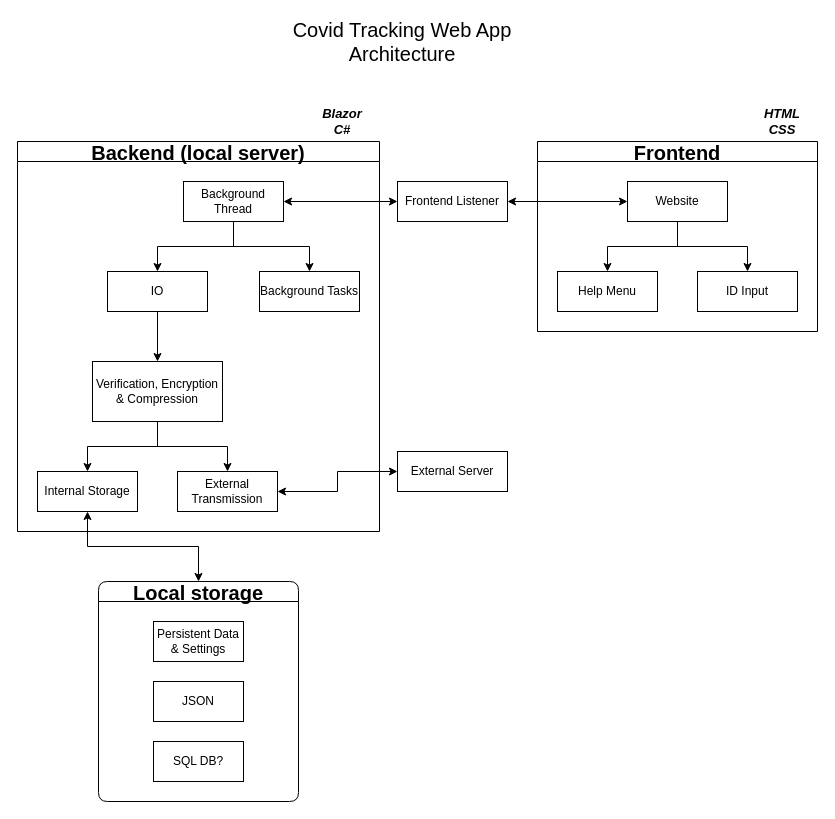
TheScrumSlayers/CovidTracker keeps this draw.io diagram as _Resources/Architecture.drawio. Above is the earlier version. Source tidied: cells renumbered, new cells numbered last; positions are measured from the earlier drawing's top-left corner, leaving out a move shared by most shapes. Both pictures are drawn from the tidied source at 100%, with x=0, y=0 at pixel (17, 31).
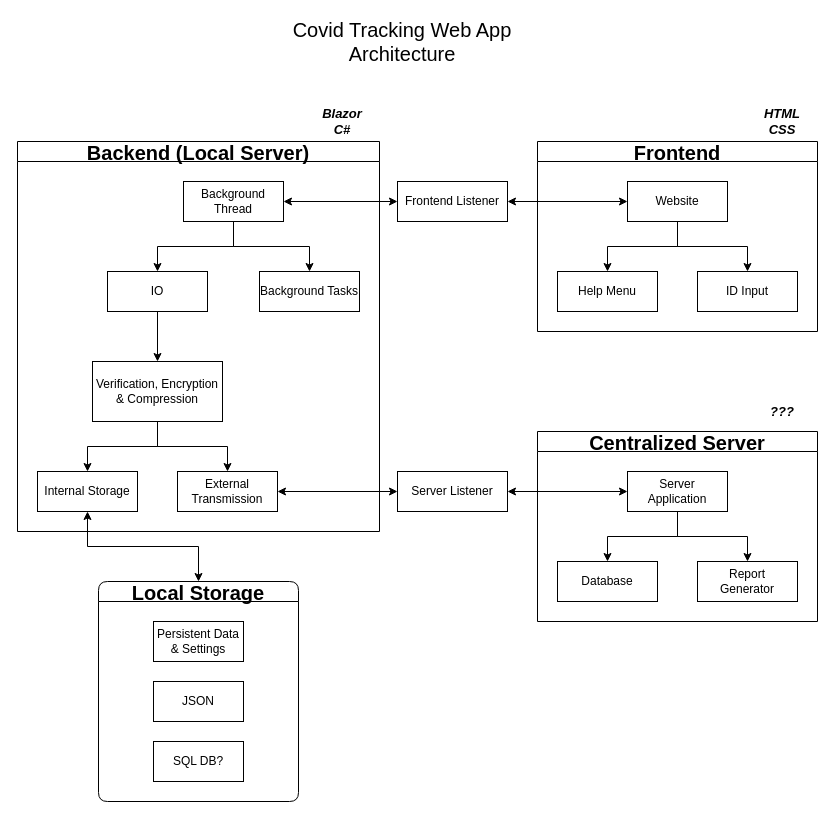
Above is the later version.

Unchanged cells that the change refers to:
```xml
<mxCell id="12" value="External Transmission" style="whiteSpace=wrap;html=1;" parent="3" vertex="1">
  <mxGeometry x="160" y="330" width="100" height="40" as="geometry" />
</mxCell>
```

Diff of the diagram source:
```diff
@@
-    <mxCell id="3" value="Backend (local server)" style="swimlane;startSize=20;horizontal=1;horizontalTree=0;containerType=tree;fontSize=20;" parent="1" vertex="1">
+    <mxCell id="3" value="Backend (Local Server)" style="swimlane;startSize=20;horizontal=1;horizontalTree=0;containerType=tree;fontSize=20;" parent="1" vertex="1">
       <mxGeometry y="110" width="362" height="390" as="geometry" />
     </mxCell>
@@
-    <mxCell id="26" value="External Server" style="whiteSpace=wrap;html=1;" parent="1" vertex="1">
-      <mxGeometry x="380" y="420" width="110" height="40" as="geometry" />
-    </mxCell>
-    <mxCell id="27" style="edgeStyle=orthogonalEdgeStyle;rounded=0;jettySize=auto;html=1;exitX=1;exitY=0.5;exitDx=0;exitDy=0;entryX=0;entryY=0.5;entryDx=0;entryDy=0;startArrow=classic;startFill=1;strokeColor=#000000;verticalAlign=middle;" parent="1" edge="1" source="12" target="26">
-      <mxGeometry relative="1" as="geometry" />
-    </mxCell>
@@
-    <mxCell id="29" value="Local storage" style="swimlane;rounded=1;shadow=0;glass=0;sketch=0;fontSize=20;startSize=20;" parent="1" vertex="1">
+    <mxCell id="29" value="Local Storage" style="swimlane;rounded=1;shadow=0;glass=0;sketch=0;fontSize=20;startSize=20;" parent="1" vertex="1">
       <mxGeometry x="81" y="550" width="200" height="220" as="geometry" />
     </mxCell>
@@
+    <mxCell id="33" value="Centralized Server" style="swimlane;startSize=20;horizontal=1;horizontalTree=0;containerType=tree;fontSize=20;" parent="1" vertex="1">
+      <mxGeometry x="520" y="400" width="280" height="190" as="geometry" />
+    </mxCell>
+    <mxCell id="34" value="&lt;div&gt;Server&lt;/div&gt;&lt;div&gt; Application&lt;/div&gt;" style="whiteSpace=wrap;html=1;" parent="33" vertex="1">
+      <mxGeometry x="90" y="40" width="100" height="40" as="geometry" />
+    </mxCell>
+    <mxCell id="35" value="Database" style="whiteSpace=wrap;html=1;" parent="33" vertex="1">
+      <mxGeometry x="20" y="130" width="100" height="40" as="geometry" />
+    </mxCell>
+    <mxCell id="36" style="edgeStyle=elbowEdgeStyle;elbow=vertical;html=1;rounded=0;" parent="33" edge="1" source="34" target="35">
+      <mxGeometry relative="1" as="geometry" />
+    </mxCell>
+    <mxCell id="37" value="&lt;div&gt;Report&lt;br&gt;&lt;/div&gt;&lt;div&gt;Generator&lt;/div&gt;" style="whiteSpace=wrap;html=1;" parent="33" vertex="1">
+      <mxGeometry x="160" y="130" width="100" height="40" as="geometry" />
+    </mxCell>
+    <mxCell id="38" style="edgeStyle=elbowEdgeStyle;elbow=vertical;html=1;rounded=0;" parent="33" edge="1" source="34" target="37">
+      <mxGeometry relative="1" as="geometry" />
+    </mxCell>
+    <mxCell id="39" style="edgeStyle=orthogonalEdgeStyle;rounded=0;jettySize=auto;html=1;exitX=1;exitY=0.5;exitDx=0;exitDy=0;entryX=0;entryY=0.5;entryDx=0;entryDy=0;startArrow=classic;startFill=1;" parent="1" edge="1" source="40" target="34">
+      <mxGeometry relative="1" as="geometry" />
+    </mxCell>
+    <mxCell id="40" value="Server Listener" style="whiteSpace=wrap;html=1;" parent="1" vertex="1">
+      <mxGeometry x="380" y="440" width="110" height="40" as="geometry" />
+    </mxCell>
+    <mxCell id="41" style="edgeStyle=orthogonalEdgeStyle;rounded=0;jettySize=auto;html=1;exitX=1;exitY=0.5;exitDx=0;exitDy=0;entryX=0;entryY=0.5;entryDx=0;entryDy=0;startArrow=classic;startFill=1;" parent="1" edge="1" source="12" target="40">
+      <mxGeometry relative="1" as="geometry" />
+    </mxCell>
+    <mxCell id="42" value="???" style="text;html=1;strokeColor=none;fillColor=none;align=center;verticalAlign=middle;whiteSpace=wrap;rounded=0;fontSize=13;fontStyle=3;" parent="1" vertex="1">
+      <mxGeometry x="740" y="370" width="50" height="20" as="geometry" />
+    </mxCell>
```
